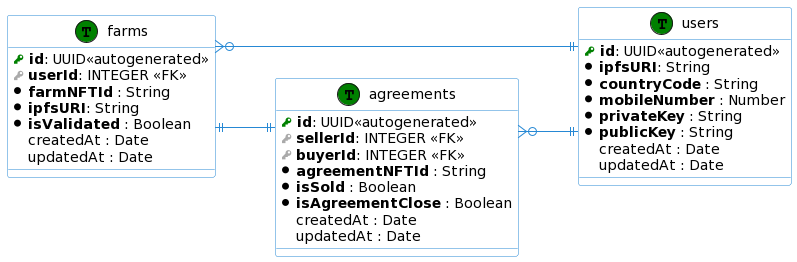
Above: docs/database_design/V1/DB_design.png in swatijindal12/Agritech (PlantUML), before the change.
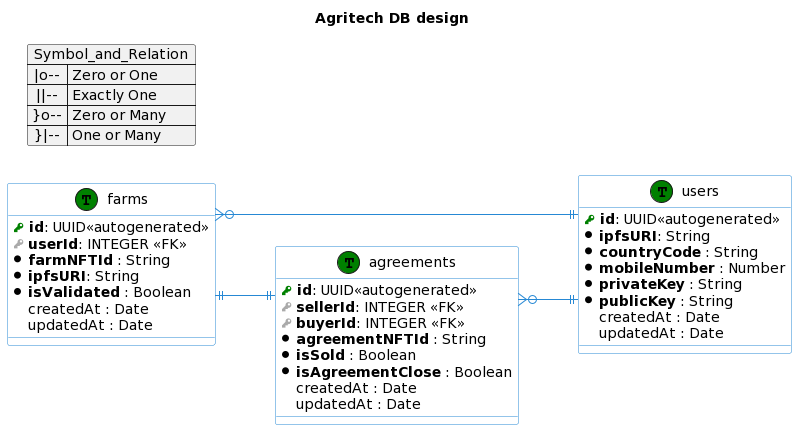
After the change.

Commit message:
Add symbol table

What changed in the source:
```diff
@@ -1,5 +1,5 @@
 @startuml
-left to right direction
+title Agritech DB design
 skinparam roundcorner 5
 skinparam linetype ortho
 skinparam shadowing false
@@ -10,11 +10,13 @@
     BorderColor #2688d4
 }
 
+
 !define primary_key(x) <b><color:green><&key></color> x</b>
 !define foreign_key(x) <color:#aaaaaa><&key></color> **x**
 !define mandatorycolumn(x) <color:black><&media-record></color> **x**
 !define optionalcolumn(x)  <color:white><&media-record></color> x
 !define table(x) entity x << (T, green) >>
+
 
 table( users ) {
   primary_key( id ): UUID<<autogenerated>>
@@ -48,6 +50,14 @@
   optionalcolumn( updatedAt ) : Date
 }
 
+map Symbol_and_Relation {
+ |o-- => Zero or One
+ ||-- => Exactly One
+ }o-- => Zero or Many
+ }|-- => One or Many
+}
+
+left to right direction
 
 farms }o--|| users
 farms ||--|| agreements
```
